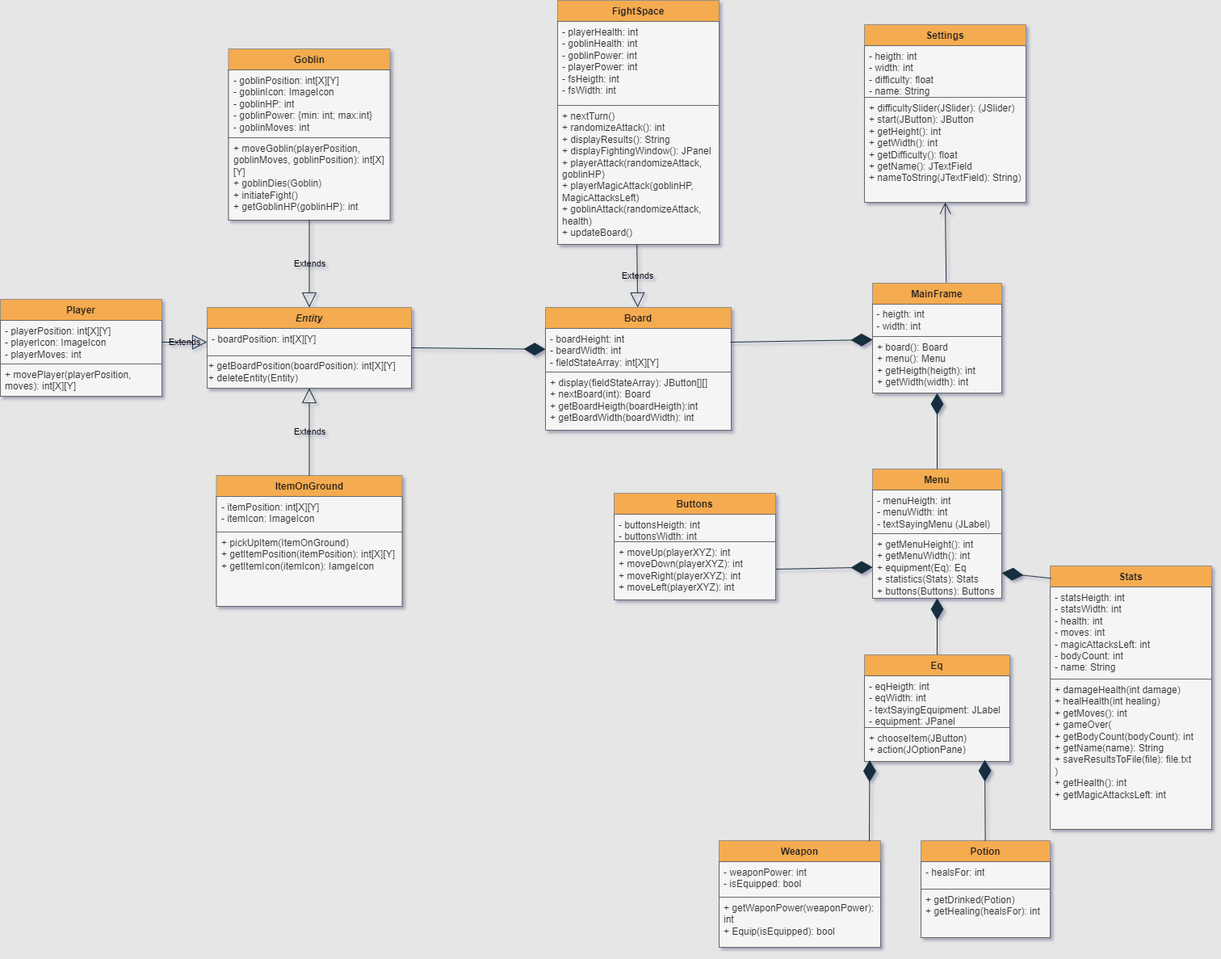
Above: diagram_klas.png in jacob-w4/Java-simple-game (draw.io), before the change. Source tidied: cells renumbered, new cells last; positions are measured from the earlier drawing's top-left corner, leaving out a move shared by most shapes.
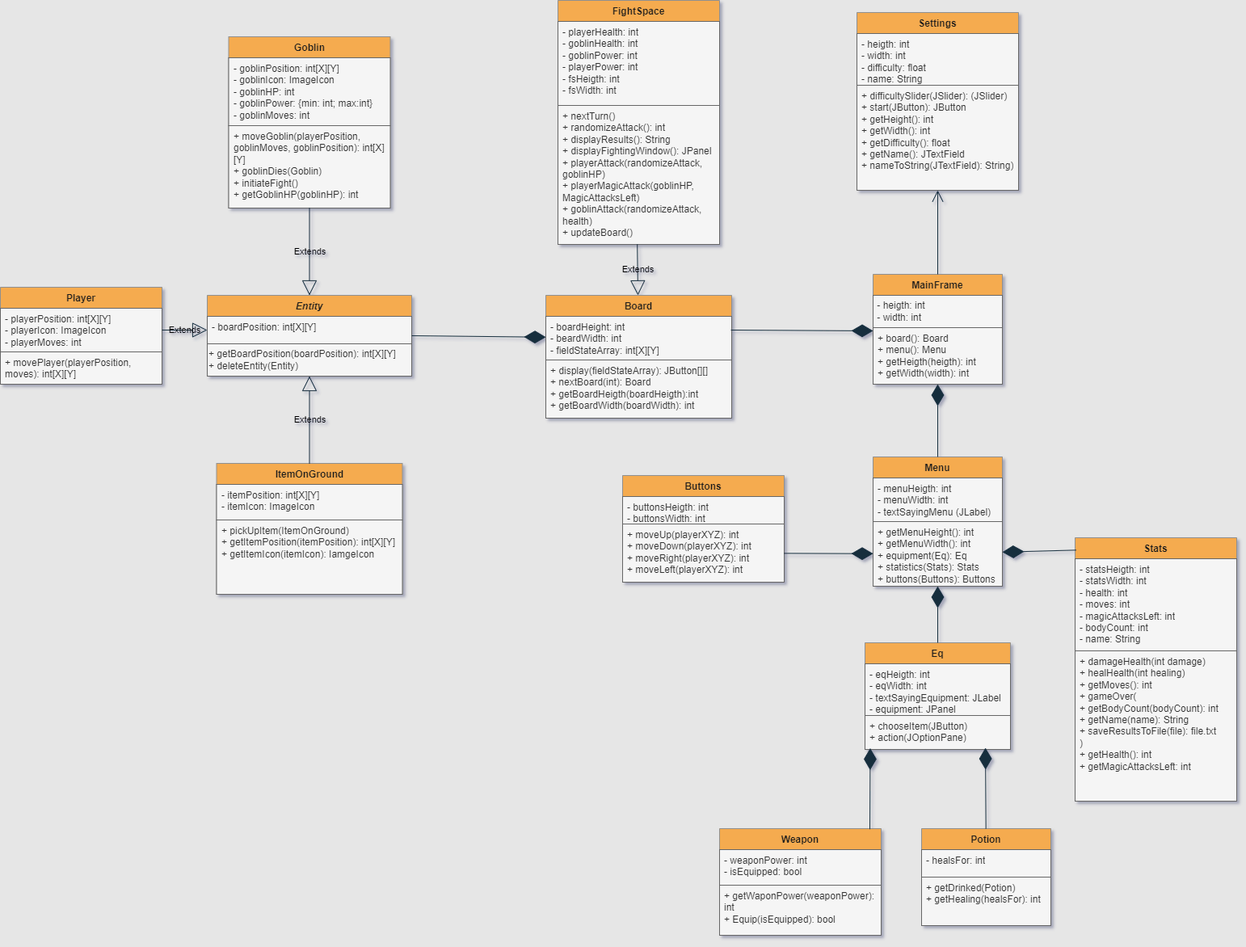
After the commit.

What changed in the source:
```diff
@@ -3,7 +3,7 @@
     <mxCell id="0" />
     <mxCell id="1" parent="0" />
     <mxCell id="2" value="Settings" style="swimlane;fontStyle=1;align=center;verticalAlign=top;horizontal=1;startSize=26;whiteSpace=wrap;html=1;rounded=0;labelBackgroundColor=none;fillColor=#F5AB50;strokeColor=#909090;fontColor=#1A1A1A;" parent="1" vertex="1">
-      <mxGeometry x="1070" y="30" width="200" height="220" as="geometry" />
+      <mxGeometry x="1060" y="30" width="200" height="220" as="geometry" />
     </mxCell>
     <mxCell id="3" value="- heigth: int&lt;br&gt;- width: int&lt;br&gt;- difficulty: float&lt;br&gt;- name: String" style="text;strokeColor=#666666;fillColor=#f5f5f5;align=left;verticalAlign=top;spacingLeft=4;spacingRight=4;overflow=hidden;whiteSpace=wrap;html=1;rounded=0;labelBackgroundColor=none;fontColor=#333333;" parent="2" vertex="1">
       <mxGeometry y="26" width="200" height="64" as="geometry" />
@@ -15,7 +15,7 @@
       <mxGeometry y="90" width="200" height="130" as="geometry" />
     </mxCell>
     <mxCell id="6" value="MainFrame" style="swimlane;fontStyle=1;align=center;verticalAlign=top;horizontal=1;startSize=26;whiteSpace=wrap;html=1;rounded=0;labelBackgroundColor=none;fillColor=#F5AB50;strokeColor=#909090;fontColor=#1A1A1A;" parent="1" vertex="1">
-      <mxGeometry x="1080" y="350" width="160" height="136" as="geometry" />
+      <mxGeometry x="1080" y="354" width="160" height="136" as="geometry" />
     </mxCell>
     <mxCell id="7" value="&amp;nbsp;- heigth: int&lt;br&gt;&amp;nbsp;- width: int" style="text;html=1;align=left;verticalAlign=middle;strokeColor=#666666;fillColor=#f5f5f5;rounded=0;labelBackgroundColor=none;fontColor=#333333;" parent="6" vertex="1">
       <mxGeometry y="26" width="160" height="40" as="geometry" />
@@ -51,7 +51,7 @@
       <mxGeometry y="80" width="230" height="72" as="geometry" />
     </mxCell>
     <mxCell id="18" value="Stats" style="swimlane;fontStyle=1;align=center;verticalAlign=top;horizontal=1;startSize=26;whiteSpace=wrap;html=1;rounded=0;labelBackgroundColor=none;fillColor=#F5AB50;strokeColor=#909090;fontColor=#1A1A1A;" parent="1" vertex="1">
-      <mxGeometry x="1300" y="700" width="200" height="326" as="geometry" />
+      <mxGeometry x="1330" y="680" width="200" height="326" as="geometry" />
     </mxCell>
     <mxCell id="19" value="- statsHeigth: int&lt;br style=&quot;border-color: var(--border-color);&quot;&gt;- statsWidth: int&lt;br&gt;- health: int&lt;br&gt;- moves: int&lt;br&gt;- magicAttacksLeft: int&lt;br&gt;- bodyCount: int&lt;br&gt;- name: String" style="text;strokeColor=#666666;fillColor=#f5f5f5;align=left;verticalAlign=top;spacingLeft=4;spacingRight=4;overflow=hidden;whiteSpace=wrap;html=1;rounded=0;labelBackgroundColor=none;fontColor=#333333;" parent="18" vertex="1">
       <mxGeometry y="26" width="200" height="114" as="geometry" />
@@ -63,7 +63,7 @@
       <mxGeometry y="140" width="200" height="186" as="geometry" />
     </mxCell>
     <mxCell id="22" value="Buttons" style="swimlane;fontStyle=1;align=center;verticalAlign=top;horizontal=1;startSize=26;whiteSpace=wrap;html=1;rounded=0;labelBackgroundColor=none;fillColor=#F5AB50;strokeColor=#909090;fontColor=#1A1A1A;" parent="1" vertex="1">
-      <mxGeometry x="760" y="610" width="200" height="132" as="geometry" />
+      <mxGeometry x="770" y="603" width="200" height="132" as="geometry" />
     </mxCell>
     <mxCell id="23" value="- buttonsHeigth: int&lt;br style=&quot;border-color: var(--border-color);&quot;&gt;- buttonsWidth: int" style="text;strokeColor=#666666;fillColor=#f5f5f5;align=left;verticalAlign=top;spacingLeft=4;spacingRight=4;overflow=hidden;whiteSpace=wrap;html=1;rounded=0;labelBackgroundColor=none;fontColor=#333333;" parent="22" vertex="1">
       <mxGeometry y="26" width="200" height="34" as="geometry" />
@@ -123,7 +123,7 @@
       <mxGeometry y="110" width="200" height="102" as="geometry" />
     </mxCell>
     <mxCell id="42" value="FightSpace" style="swimlane;fontStyle=1;align=center;verticalAlign=top;horizontal=1;startSize=26;whiteSpace=wrap;html=1;rounded=0;labelBackgroundColor=none;fillColor=#F5AB50;strokeColor=#909090;fontColor=#1A1A1A;" parent="1" vertex="1">
-      <mxGeometry x="690" width="200" height="302" as="geometry" />
+      <mxGeometry x="690" y="15" width="200" height="302" as="geometry" />
     </mxCell>
     <mxCell id="43" value="- playerHealth: int&lt;br&gt;- goblinHealth: int&lt;br&gt;- goblinPower: int&lt;br&gt;- playerPower: int&lt;br&gt;- fsHeigth: int&lt;br&gt;- fsWidth: int" style="text;align=left;verticalAlign=top;spacingLeft=4;spacingRight=4;overflow=hidden;whiteSpace=wrap;html=1;rounded=0;labelBackgroundColor=none;fillColor=#f5f5f5;fontColor=#333333;strokeColor=#666666;" parent="42" vertex="1">
       <mxGeometry y="26" width="200" height="104" as="geometry" />
@@ -170,10 +170,8 @@
     <mxCell id="57" value="+ getDrinked(Potion)&lt;br&gt;+ getHealing(healsFor): int" style="text;strokeColor=#666666;fillColor=#f5f5f5;align=left;verticalAlign=top;spacingLeft=4;spacingRight=4;overflow=hidden;whiteSpace=wrap;html=1;rounded=0;labelBackgroundColor=none;fontColor=#333333;" parent="54" vertex="1">
       <mxGeometry y="60" width="160" height="60" as="geometry" />
     </mxCell>
-    <mxCell id="58" style="endArrow=open;endFill=1;endSize=12;html=1;rounded=0;exitX=0.57;exitY=-0.008;exitDx=0;exitDy=0;exitPerimeter=0;labelBackgroundColor=none;strokeColor=#182E3E;fontColor=default;" parent="1" edge="1" source="6">
-      <mxGeometry relative="1" as="geometry">
-        <mxPoint x="1170" y="250" as="targetPoint" />
-      </mxGeometry>
+    <mxCell id="58" style="endArrow=open;endFill=1;endSize=12;html=1;rounded=0;exitX=0.5;exitY=0;exitDx=0;exitDy=0;labelBackgroundColor=none;strokeColor=#182E3E;fontColor=default;" parent="1" edge="1" source="6" target="5">
+      <mxGeometry relative="1" as="geometry" />
     </mxCell>
     <mxCell id="59" style="endArrow=diamondThin;endFill=1;endSize=24;html=1;rounded=0;exitX=0.5;exitY=0;exitDx=0;exitDy=0;labelBackgroundColor=none;strokeColor=#182E3E;fontColor=default;" parent="1" edge="1" source="10" target="9">
       <mxGeometry relative="1" as="geometry" />
```
